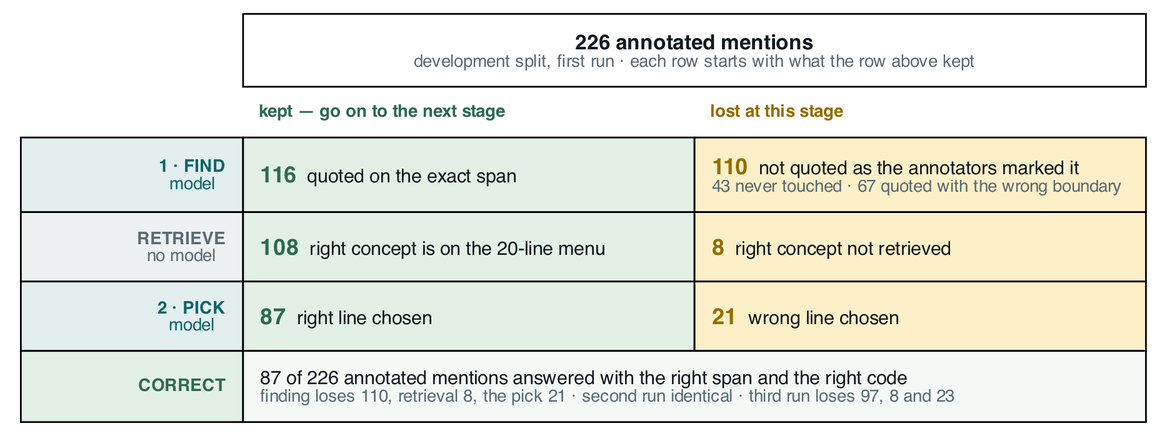
This is docs/figures/infoq-fig3-funnel.png from wbagais/reliability-ladder, a Graphviz export, as it was before one commit. Its source is kept beside it as docs/figures/infoq-fig3-funnel.dot.
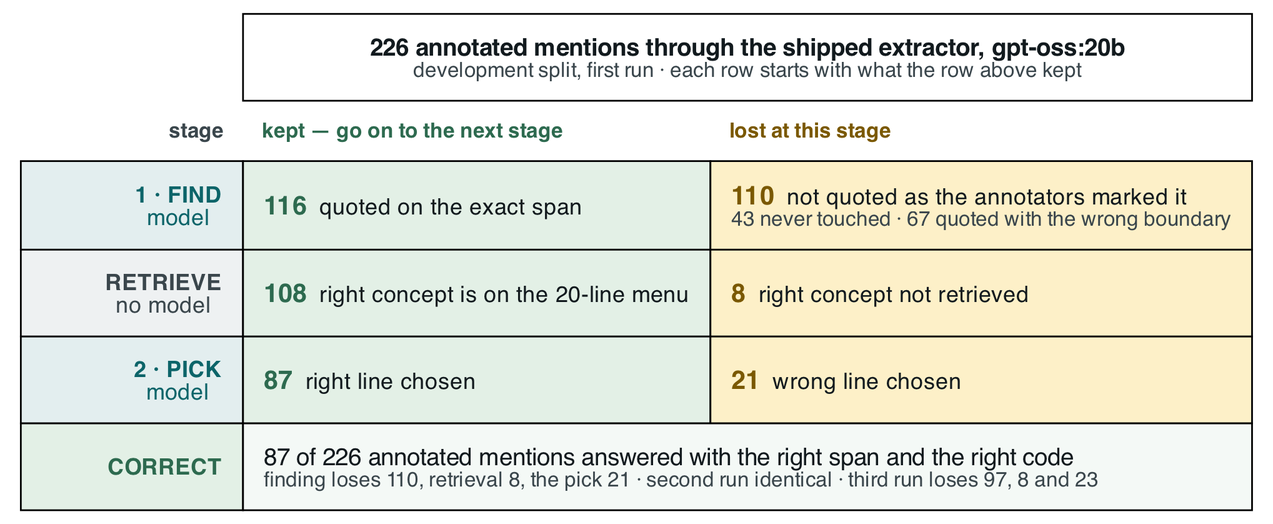
After the commit.

Change to the diagram source:
```diff
@@ -2,34 +2,34 @@
   bgcolor="white";
   node [shape=none fontname="Helvetica"];
 
-  t [label=<<TABLE BORDER="0" CELLBORDER="1" CELLSPACING="0" CELLPADDING="9">
+  t [label=<<TABLE BORDER="0" CELLBORDER="1" CELLSPACING="0" CELLPADDING="11">
 
     <TR><TD BORDER="0"></TD>
-      <TD COLSPAN="2" BGCOLOR="#ffffff" ALIGN="CENTER"><FONT POINT-SIZE="12" COLOR="#121a1e"><B>226 annotated mentions</B></FONT><BR/><FONT POINT-SIZE="10" COLOR="#5a6b73">development split, first run · each row starts with what the row above kept</FONT></TD>
+      <TD COLSPAN="2" BGCOLOR="#ffffff" ALIGN="CENTER"><FONT POINT-SIZE="14.5" COLOR="#121a1e"><B>226 annotated mentions through the shipped extractor, gpt-oss:20b</B></FONT><BR/><FONT POINT-SIZE="12.5" COLOR="#3a464c">development split, first run · each row starts with what the row above kept</FONT></TD>
     </TR>
 
-    <TR><TD BORDER="0"></TD>
-      <TD BORDER="0" ALIGN="LEFT" WIDTH="260"><FONT POINT-SIZE="10" COLOR="#2d6a4f"><B>kept — go on to the next stage</B></FONT></TD>
-      <TD BORDER="0" ALIGN="LEFT" WIDTH="260"><FONT POINT-SIZE="10" COLOR="#946c00"><B>lost at this stage</B></FONT></TD>
+    <TR><TD BORDER="0" ALIGN="RIGHT"><FONT POINT-SIZE="12.5" COLOR="#3a464c"><B>stage</B></FONT></TD>
+      <TD BORDER="0" ALIGN="LEFT" WIDTH="260"><FONT POINT-SIZE="12.5" COLOR="#2d6a4f"><B>kept — go on to the next stage</B></FONT></TD>
+      <TD BORDER="0" ALIGN="LEFT" WIDTH="260"><FONT POINT-SIZE="12.5" COLOR="#7a5800"><B>lost at this stage</B></FONT></TD>
     </TR>
 
-    <TR><TD BGCOLOR="#e3eeef" ALIGN="RIGHT" WIDTH="128"><FONT POINT-SIZE="10.5" COLOR="#0c6469"><B>1 · FIND</B><BR ALIGN="RIGHT"/>model</FONT></TD>
-      <TD BGCOLOR="#e3f0e6" ALIGN="LEFT"><FONT POINT-SIZE="13" COLOR="#2d6a4f"><B>116</B></FONT><FONT POINT-SIZE="11" COLOR="#121a1e">  quoted on the exact span</FONT></TD>
-      <TD BGCOLOR="#fdf0c8" ALIGN="LEFT"><FONT POINT-SIZE="13" COLOR="#946c00"><B>110</B></FONT><FONT POINT-SIZE="11" COLOR="#121a1e">  not quoted as the annotators marked it</FONT><BR ALIGN="LEFT"/><FONT POINT-SIZE="10" COLOR="#5a6b73">43 never touched · 67 quoted with the wrong boundary</FONT><BR ALIGN="LEFT"/></TD>
+    <TR><TD BGCOLOR="#e3eeef" ALIGN="RIGHT" WIDTH="128"><FONT POINT-SIZE="13" COLOR="#0c6469"><B>1 · FIND</B><BR ALIGN="RIGHT"/>model</FONT></TD>
+      <TD BGCOLOR="#e3f0e6" ALIGN="LEFT"><FONT POINT-SIZE="15.5" COLOR="#2d6a4f"><B>116</B></FONT><FONT POINT-SIZE="13.5" COLOR="#121a1e">  quoted on the exact span</FONT></TD>
+      <TD BGCOLOR="#fdf0c8" ALIGN="LEFT"><FONT POINT-SIZE="15.5" COLOR="#7a5800"><B>110</B></FONT><FONT POINT-SIZE="13.5" COLOR="#121a1e">  not quoted as the annotators marked it</FONT><BR ALIGN="LEFT"/><FONT POINT-SIZE="12.5" COLOR="#3a464c">43 never touched · 67 quoted with the wrong boundary</FONT><BR ALIGN="LEFT"/></TD>
     </TR>
 
-    <TR><TD BGCOLOR="#eef1f2" ALIGN="RIGHT"><FONT POINT-SIZE="10.5" COLOR="#5a6b73"><B>RETRIEVE</B><BR ALIGN="RIGHT"/>no model</FONT></TD>
-      <TD BGCOLOR="#e3f0e6" ALIGN="LEFT"><FONT POINT-SIZE="13" COLOR="#2d6a4f"><B>108</B></FONT><FONT POINT-SIZE="11" COLOR="#121a1e">  right concept is on the 20-line menu</FONT></TD>
-      <TD BGCOLOR="#fdf0c8" ALIGN="LEFT"><FONT POINT-SIZE="13" COLOR="#946c00"><B>8</B></FONT><FONT POINT-SIZE="11" COLOR="#121a1e">  right concept not retrieved</FONT></TD>
+    <TR><TD BGCOLOR="#eef1f2" ALIGN="RIGHT"><FONT POINT-SIZE="13" COLOR="#3a464c"><B>RETRIEVE</B><BR ALIGN="RIGHT"/>no model</FONT></TD>
+      <TD BGCOLOR="#e3f0e6" ALIGN="LEFT"><FONT POINT-SIZE="15.5" COLOR="#2d6a4f"><B>108</B></FONT><FONT POINT-SIZE="13.5" COLOR="#121a1e">  right concept is on the 20-line menu</FONT></TD>
+      <TD BGCOLOR="#fdf0c8" ALIGN="LEFT"><FONT POINT-SIZE="15.5" COLOR="#7a5800"><B>8</B></FONT><FONT POINT-SIZE="13.5" COLOR="#121a1e">  right concept not retrieved</FONT></TD>
     </TR>
 
-    <TR><TD BGCOLOR="#e3eeef" ALIGN="RIGHT"><FONT POINT-SIZE="10.5" COLOR="#0c6469"><B>2 · PICK</B><BR ALIGN="RIGHT"/>model</FONT></TD>
-      <TD BGCOLOR="#e3f0e6" ALIGN="LEFT"><FONT POINT-SIZE="13" COLOR="#2d6a4f"><B>87</B></FONT><FONT POINT-SIZE="11" COLOR="#121a1e">  right line chosen</FONT></TD>
-      <TD BGCOLOR="#fdf0c8" ALIGN="LEFT"><FONT POINT-SIZE="13" COLOR="#946c00"><B>21</B></FONT><FONT POINT-SIZE="11" COLOR="#121a1e">  wrong line chosen</FONT></TD>
+    <TR><TD BGCOLOR="#e3eeef" ALIGN="RIGHT"><FONT POINT-SIZE="13" COLOR="#0c6469"><B>2 · PICK</B><BR ALIGN="RIGHT"/>model</FONT></TD>
+      <TD BGCOLOR="#e3f0e6" ALIGN="LEFT"><FONT POINT-SIZE="15.5" COLOR="#2d6a4f"><B>87</B></FONT><FONT POINT-SIZE="13.5" COLOR="#121a1e">  right line chosen</FONT></TD>
+      <TD BGCOLOR="#fdf0c8" ALIGN="LEFT"><FONT POINT-SIZE="15.5" COLOR="#7a5800"><B>21</B></FONT><FONT POINT-SIZE="13.5" COLOR="#121a1e">  wrong line chosen</FONT></TD>
     </TR>
 
-    <TR><TD BGCOLOR="#e3f0e6" ALIGN="RIGHT"><FONT POINT-SIZE="10.5" COLOR="#2d6a4f"><B>CORRECT</B></FONT></TD>
-      <TD COLSPAN="2" BGCOLOR="#f4f9f6" ALIGN="LEFT"><FONT POINT-SIZE="11.5" COLOR="#121a1e">87 of 226 annotated mentions answered with the right span and the right code</FONT><BR ALIGN="LEFT"/><FONT POINT-SIZE="10" COLOR="#5a6b73">finding loses 110, retrieval 8, the pick 21 · second run identical · third run loses 97, 8 and 23</FONT><BR ALIGN="LEFT"/></TD>
+    <TR><TD BGCOLOR="#e3f0e6" ALIGN="RIGHT"><FONT POINT-SIZE="13" COLOR="#2d6a4f"><B>CORRECT</B></FONT></TD>
+      <TD COLSPAN="2" BGCOLOR="#f4f9f6" ALIGN="LEFT"><FONT POINT-SIZE="14" COLOR="#121a1e">87 of 226 annotated mentions answered with the right span and the right code</FONT><BR ALIGN="LEFT"/><FONT POINT-SIZE="12.5" COLOR="#3a464c">finding loses 110, retrieval 8, the pick 21 · second run identical · third run loses 97, 8 and 23</FONT><BR ALIGN="LEFT"/></TD>
     </TR>
 
   </TABLE>>];
```
